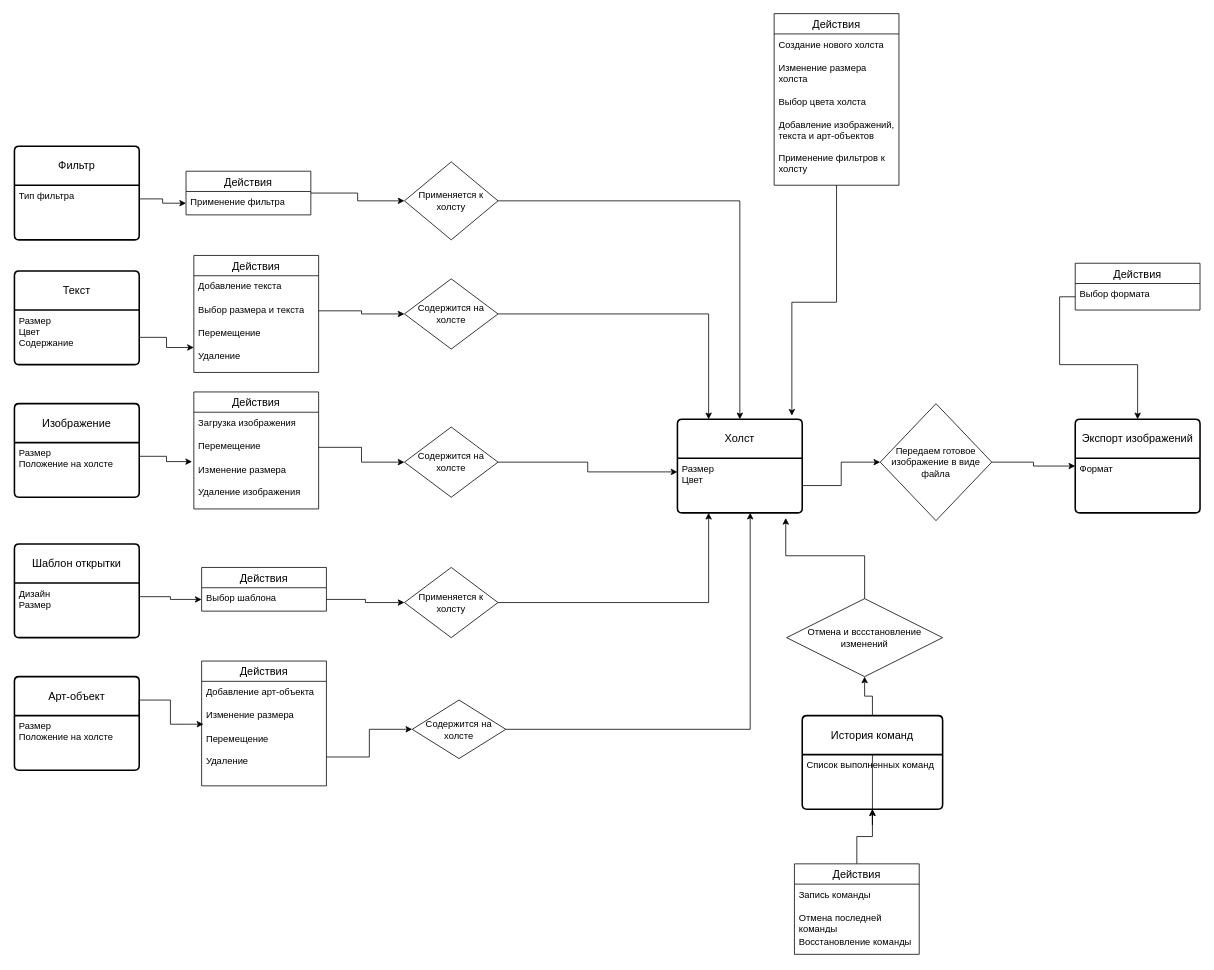
dulumdomdom/CardMaker keeps this draw.io diagram as CardMaker.drawio. Above is the earlier version. Source tidied: cells renumbered, new cells numbered last; positions are measured from the earlier drawing's top-left corner, leaving out a move shared by most shapes. Both pictures are drawn from the tidied source at 78%, with x=0, y=0 at pixel (14, 13).
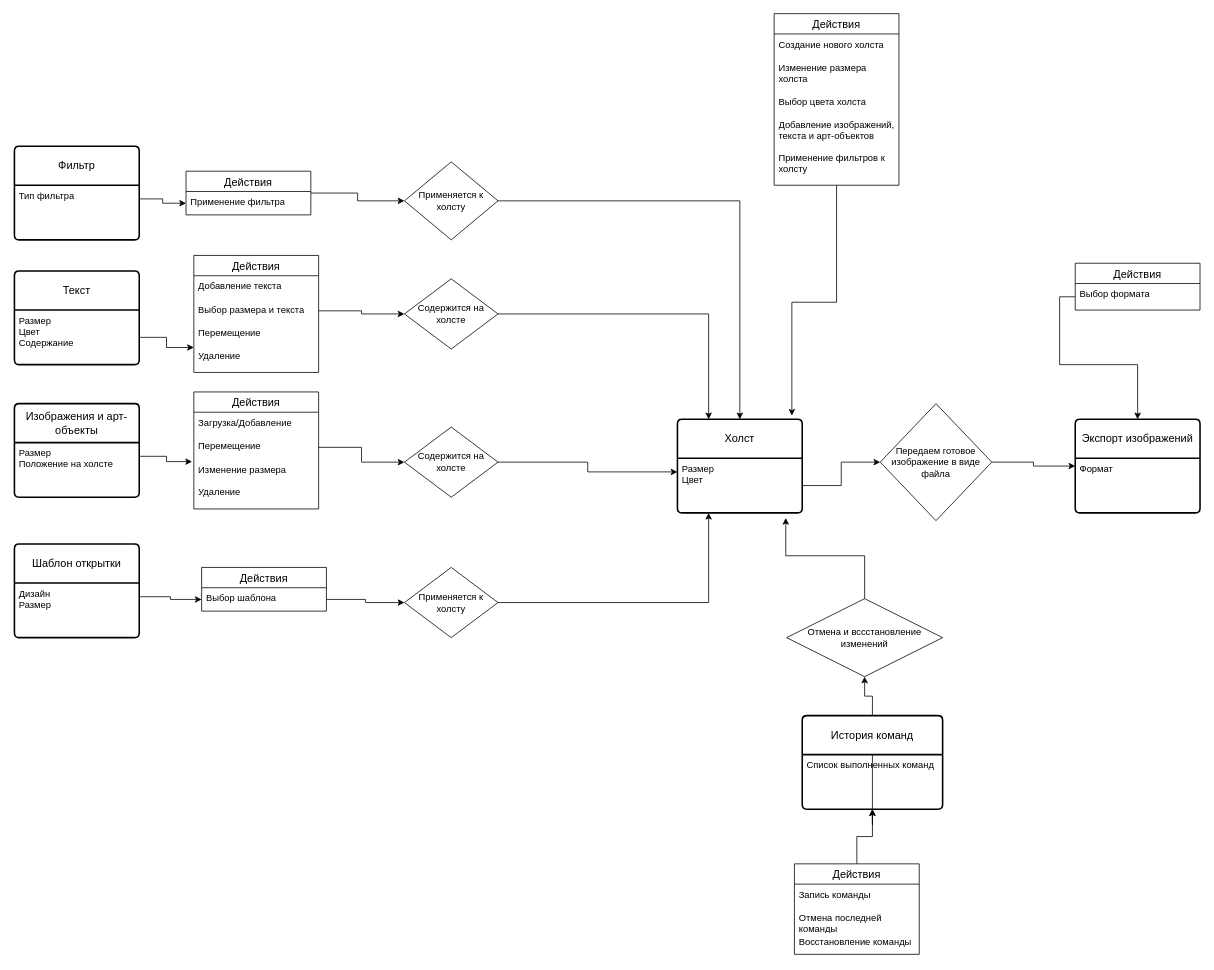
Above is the later version.

Unchanged cells that the change refers to:
```xml
<mxCell id="4" value="Размер&lt;br&gt;Цвет" style="align=left;strokeColor=none;fillColor=none;spacingLeft=4;fontSize=12;verticalAlign=top;html=1;" parent="3" vertex="1">
  <mxGeometry y="50" width="160" height="70" as="geometry" />
</mxCell>
<mxCell id="40" value="Действия" style="swimlane;fontStyle=0;horizontal=1;startSize=26;align=center;fontSize=14;" parent="1" vertex="1">
  <mxGeometry x="230" y="485" width="160" height="150" as="geometry" />
</mxCell>
```

Change to the diagram source:
```diff
@@
-    <mxCell id="5" value="Арт-объект" style="swimlane;horizontal=1;startSize=50;rounded=1;fontSize=14;fontStyle=0;strokeWidth=2;shadow=0;dashed=0;align=center;arcSize=4;whiteSpace=wrap;html=1;" parent="1" vertex="1">
-      <mxGeometry y="850" width="160" height="120" as="geometry" />
-    </mxCell>
-    <mxCell id="6" value="Размер&lt;br&gt;Положение на холсте" style="align=left;strokeColor=none;fillColor=none;spacingLeft=4;fontSize=12;verticalAlign=top;html=1;" parent="5" vertex="1">
-      <mxGeometry y="50" width="160" height="70" as="geometry" />
-    </mxCell>
-    <mxCell id="7" value="Изображение" style="swimlane;horizontal=1;startSize=50;rounded=1;fontSize=14;fontStyle=0;strokeWidth=2;shadow=0;dashed=0;align=center;arcSize=4;whiteSpace=wrap;html=1;" parent="1" vertex="1">
+    <mxCell id="7" value="Изображения и арт-объекты" style="swimlane;horizontal=1;startSize=50;rounded=1;fontSize=14;fontStyle=0;strokeWidth=2;shadow=0;dashed=0;align=center;arcSize=4;whiteSpace=wrap;html=1;" parent="1" vertex="1">
       <mxGeometry y="500" width="160" height="120" as="geometry" />
     </mxCell>
@@
-    <mxCell id="20" style="edgeStyle=orthogonalEdgeStyle;rounded=0;jettySize=auto;html=1;entryX=0.583;entryY=0.998;entryDx=0;entryDy=0;entryPerimeter=0;" parent="1" edge="1" source="21" target="4">
-      <mxGeometry relative="1" as="geometry" />
-    </mxCell>
-    <mxCell id="21" value="Содержится на холсте" style="shape=rhombus;perimeter=rhombusPerimeter;whiteSpace=wrap;html=1;align=center;" parent="1" vertex="1">
-      <mxGeometry x="510" y="880" width="120" height="75" as="geometry" />
-    </mxCell>
@@
-    <mxCell id="36" value="Действия" style="swimlane;fontStyle=0;horizontal=1;startSize=26;align=center;fontSize=14;" parent="1" vertex="1">
-      <mxGeometry x="240" y="830" width="160" height="160" as="geometry" />
-    </mxCell>
-    <mxCell id="37" value="Добавление арт-объекта" style="text;strokeColor=none;fillColor=none;spacingLeft=4;spacingRight=4;overflow=hidden;fontSize=12;whiteSpace=wrap;html=1;" parent="36" vertex="1">
-      <mxGeometry y="26" width="160" height="30" as="geometry" />
-    </mxCell>
-    <mxCell id="38" value="Изменение размера&amp;nbsp;" style="text;strokeColor=none;fillColor=none;spacingLeft=4;spacingRight=4;overflow=hidden;fontSize=12;whiteSpace=wrap;html=1;" parent="36" vertex="1">
-      <mxGeometry y="56" width="160" height="30" as="geometry" />
-    </mxCell>
-    <mxCell id="39" value="Перемещение&lt;br&gt;&lt;br&gt;Удаление" style="text;strokeColor=none;fillColor=none;spacingLeft=4;spacingRight=4;overflow=hidden;points=[[0,0.5],[1,0.5]];portConstraint=eastwest;fontSize=12;whiteSpace=wrap;html=1;" parent="36" vertex="1">
-      <mxGeometry y="86" width="160" height="74" as="geometry" />
-    </mxCell>
@@
-    <mxCell id="41" value="Загрузка изображения&lt;br&gt;" style="text;strokeColor=none;fillColor=none;spacingLeft=4;spacingRight=4;overflow=hidden;fontSize=12;whiteSpace=wrap;html=1;" parent="40" vertex="1">
+    <mxCell id="41" value="Загрузка/Добавление" style="text;strokeColor=none;fillColor=none;spacingLeft=4;spacingRight=4;overflow=hidden;fontSize=12;whiteSpace=wrap;html=1;" parent="40" vertex="1">
       <mxGeometry y="26" width="160" height="30" as="geometry" />
     </mxCell>
@@
-    <mxCell id="43" value="Изменение размера&lt;br&gt;&lt;br&gt;Удаление изображения" style="text;strokeColor=none;fillColor=none;spacingLeft=4;spacingRight=4;overflow=hidden;points=[[0,0.5],[1,0.5]];portConstraint=eastwest;fontSize=12;whiteSpace=wrap;html=1;" parent="40" vertex="1">
+    <mxCell id="43" value="Изменение размера&lt;br&gt;&lt;br&gt;Удаление" style="text;strokeColor=none;fillColor=none;spacingLeft=4;spacingRight=4;overflow=hidden;points=[[0,0.5],[1,0.5]];portConstraint=eastwest;fontSize=12;whiteSpace=wrap;html=1;" parent="40" vertex="1">
       <mxGeometry y="86" width="160" height="64" as="geometry" />
     </mxCell>
@@
-    <mxCell id="55" style="edgeStyle=orthogonalEdgeStyle;rounded=0;jettySize=auto;html=1;exitX=1;exitY=0;exitDx=0;exitDy=0;entryX=0.014;entryY=-0.068;entryDx=0;entryDy=0;entryPerimeter=0;" parent="1" edge="1" source="6" target="39">
-      <mxGeometry relative="1" as="geometry" />
-    </mxCell>
-    <mxCell id="56" style="edgeStyle=orthogonalEdgeStyle;rounded=0;jettySize=auto;html=1;entryX=0;entryY=0.5;entryDx=0;entryDy=0;" parent="1" edge="1" source="39" target="21">
-      <mxGeometry relative="1" as="geometry" />
-    </mxCell>
```
